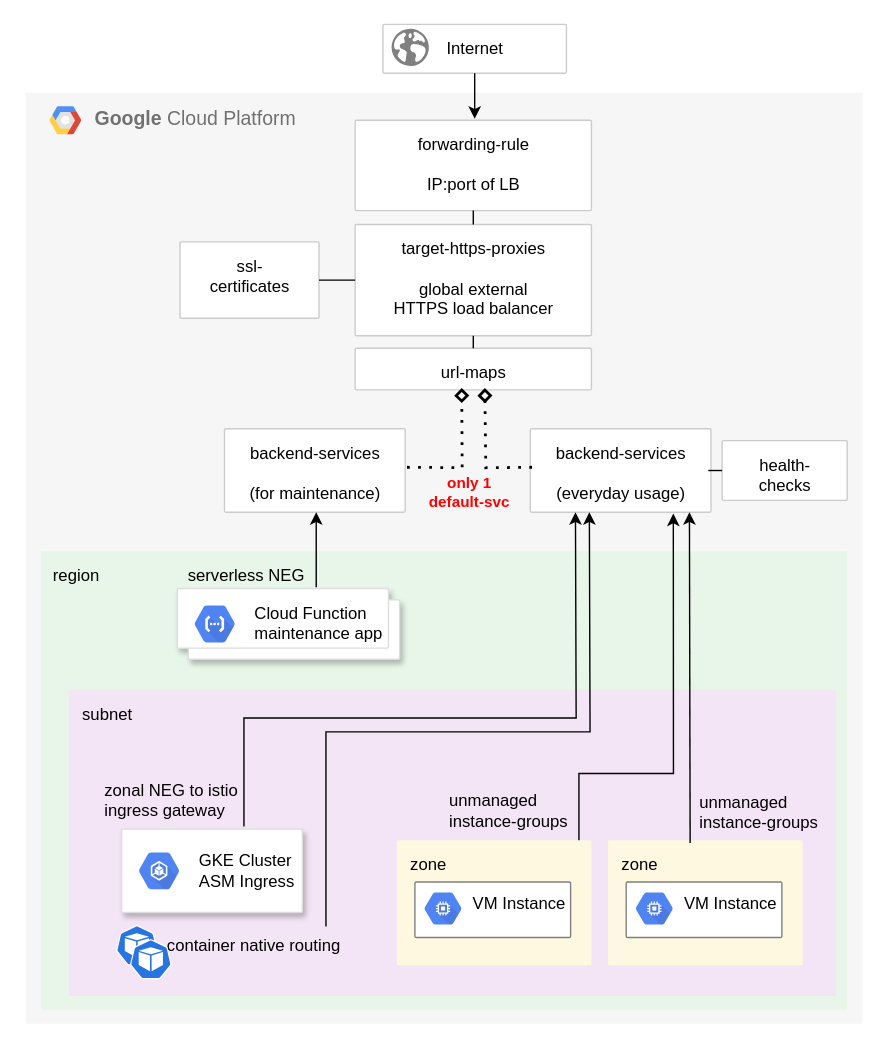
fabianlee/gcp-https-lb-vms-cloudfunc keeps this draw.io diagram as diagrams/gcp-ext-https-lb-swap-cloudfunction.drawio. Above is the earlier version. Source tidied: cells renumbered, new cells numbered last; positions are measured from the earlier drawing's top-left corner, leaving out a move shared by most shapes. Both pictures are drawn from the tidied source at 139%, with x=0, y=0 at pixel (25, 24).
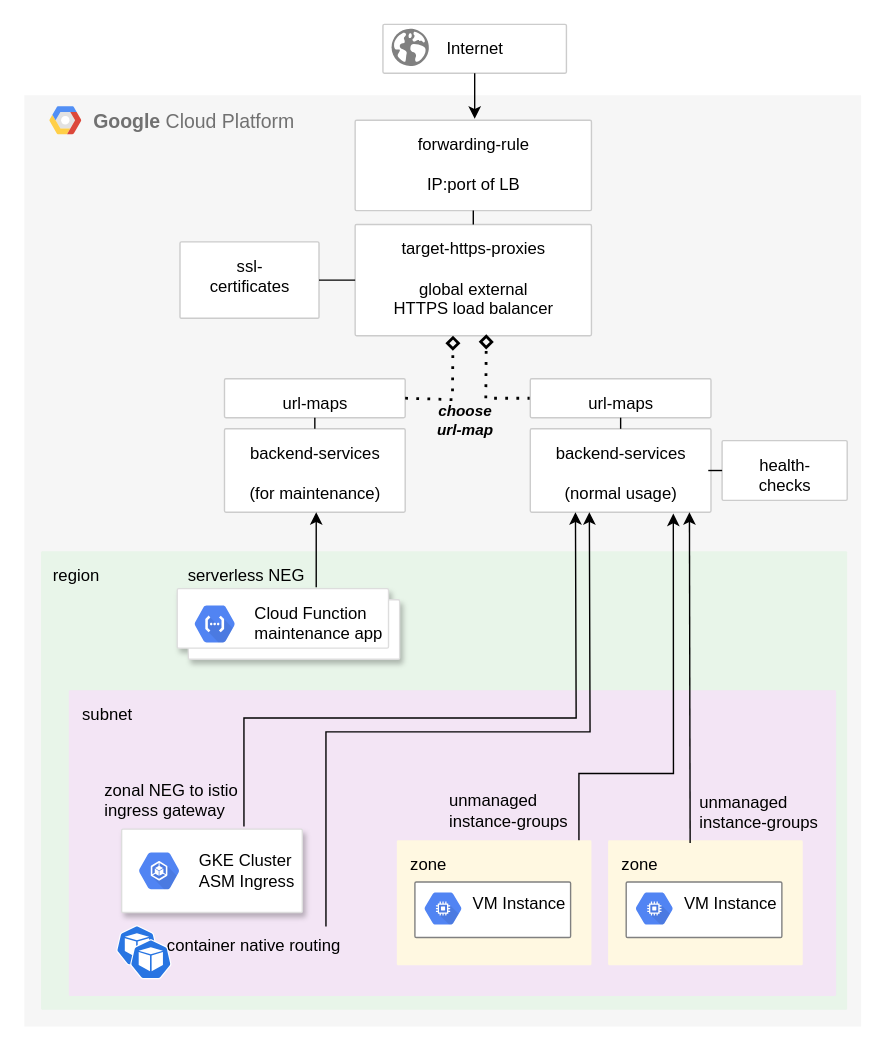
The same page after the edit.

Commit message:
now modifying target-https-proxies to make change

Unchanged cells that the change refers to:
```xml
<mxCell id="16" value="&lt;div&gt;target-https-proxies&lt;/div&gt;&lt;div&gt;&lt;br&gt;&lt;/div&gt;&lt;div&gt;global external&lt;/div&gt;&lt;div&gt;HTTPS load balancer&lt;br&gt;&lt;/div&gt;" style="sketch=0;points=[[0,0,0],[0.25,0,0],[0.5,0,0],[0.75,0,0],[1,0,0],[1,0.25,0],[1,0.5,0],[1,0.75,0],[1,1,0],[0.75,1,0],[0.5,1,0],[0.25,1,0],[0,1,0],[0,0.75,0],[0,0.5,0],[0,0.25,0]];rounded=1;absoluteArcSize=1;arcSize=2;html=1;strokeColor=#CCCCCC;gradientColor=none;shadow=0;dashed=0;fontSize=12;fontColor=#000000;align=center;verticalAlign=top;spacing=10;spacingTop=-4;fillColor=#FFFFFF;strokeWidth=1;" parent="1" vertex="1">
  <mxGeometry x="237" y="144" width="170" height="80" as="geometry" />
</mxCell>
<mxCell id="37" value="&lt;div&gt;backend-services&lt;/div&gt;&lt;div&gt;&lt;br&gt;&lt;/div&gt;&lt;div&gt;(for maintenance)&lt;br&gt;&lt;/div&gt;" style="sketch=0;points=[[0,0,0],[0.25,0,0],[0.5,0,0],[0.75,0,0],[1,0,0],[1,0.25,0],[1,0.5,0],[1,0.75,0],[1,1,0],[0.75,1,0],[0.5,1,0],[0.25,1,0],[0,1,0],[0,0.75,0],[0,0.5,0],[0,0.25,0]];rounded=1;absoluteArcSize=1;arcSize=2;html=1;strokeColor=#CCCCCC;gradientColor=none;shadow=0;dashed=0;fontSize=12;fontColor=#000000;align=center;verticalAlign=top;spacing=10;spacingTop=-4;fillColor=#FFFFFF;strokeWidth=1;" parent="1" vertex="1">
  <mxGeometry x="143" y="291" width="130" height="60" as="geometry" />
</mxCell>
```

The edit, as a diff of the source:
```diff
@@
     <mxCell id="2" value="&lt;b&gt;Google &lt;/b&gt;Cloud Platform" style="fillColor=#F6F6F6;strokeColor=none;shadow=0;gradientColor=none;fontSize=14;align=left;spacing=10;fontColor=#717171;9E9E9E;verticalAlign=top;spacingTop=-4;fontStyle=0;spacingLeft=40;html=1;" parent="1" vertex="1">
-      <mxGeometry y="49" width="602" height="670" as="geometry" />
+      <mxGeometry x="-1" y="51" width="602" height="670" as="geometry" />
     </mxCell>
@@
-    <mxCell id="12" value="&lt;div&gt;backend-services&lt;/div&gt;&lt;div&gt;&lt;br&gt;&lt;/div&gt;&lt;div&gt;(everyday usage)&lt;br&gt;&lt;/div&gt;" style="sketch=0;points=[[0,0,0],[0.25,0,0],[0.5,0,0],[0.75,0,0],[1,0,0],[1,0.25,0],[1,0.5,0],[1,0.75,0],[1,1,0],[0.75,1,0],[0.5,1,0],[0.25,1,0],[0,1,0],[0,0.75,0],[0,0.5,0],[0,0.25,0]];rounded=1;absoluteArcSize=1;arcSize=2;html=1;strokeColor=#CCCCCC;gradientColor=none;shadow=0;dashed=0;fontSize=12;fontColor=#000000;align=center;verticalAlign=top;spacing=10;spacingTop=-4;fillColor=#FFFFFF;strokeWidth=1;" parent="1" vertex="1">
+    <mxCell id="12" value="&lt;div&gt;backend-services&lt;/div&gt;&lt;div&gt;&lt;br&gt;&lt;/div&gt;&lt;div&gt;(normal usage)&lt;br&gt;&lt;/div&gt;" style="sketch=0;points=[[0,0,0],[0.25,0,0],[0.5,0,0],[0.75,0,0],[1,0,0],[1,0.25,0],[1,0.5,0],[1,0.75,0],[1,1,0],[0.75,1,0],[0.5,1,0],[0.25,1,0],[0,1,0],[0,0.75,0],[0,0.5,0],[0,0.25,0]];rounded=1;absoluteArcSize=1;arcSize=2;html=1;strokeColor=#CCCCCC;gradientColor=none;shadow=0;dashed=0;fontSize=12;fontColor=#000000;align=center;verticalAlign=top;spacing=10;spacingTop=-4;fillColor=#FFFFFF;strokeWidth=1;" parent="1" vertex="1">
       <mxGeometry x="363" y="291" width="130" height="60" as="geometry" />
     </mxCell>
@@
-    <mxCell id="45" value="&lt;div style=&quot;font-size: 11px&quot;&gt;&lt;font style=&quot;font-size: 11px&quot;&gt;&lt;span&gt;only 1&lt;br&gt;&lt;/span&gt;&lt;/font&gt;&lt;/div&gt;&lt;div style=&quot;font-size: 11px&quot;&gt;&lt;font style=&quot;font-size: 11px&quot;&gt;&lt;span&gt;default-svc&lt;/span&gt;&lt;/font&gt;&lt;br&gt;&lt;/div&gt;" style="text;html=1;align=center;verticalAlign=middle;fillColor=none;strokeColor=none;rounded=0;fontStyle=1;fontColor=#FF0000;" parent="1" vertex="1">
-      <mxGeometry x="284" y="322" width="70" height="30" as="geometry" />
+    <mxCell id="45" value="&lt;div style=&quot;font-size: 11px;&quot;&gt;&lt;font style=&quot;font-size: 11px;&quot;&gt;&lt;span style=&quot;font-size: 11px;&quot;&gt;choose&lt;br style=&quot;font-size: 11px;&quot;&gt;&lt;/span&gt;&lt;/font&gt;&lt;/div&gt;&lt;div style=&quot;font-size: 11px;&quot;&gt;&lt;font style=&quot;font-size: 11px;&quot;&gt;&lt;span style=&quot;font-size: 11px;&quot;&gt;url-map&lt;/span&gt;&lt;/font&gt;&lt;br style=&quot;font-size: 11px;&quot;&gt;&lt;/div&gt;" style="text;html=1;align=center;verticalAlign=middle;fillColor=none;strokeColor=none;rounded=0;fontStyle=3;fontColor=#000000;fontSize=11;" parent="1" vertex="1">
+      <mxGeometry x="286" y="269.5" width="60" height="30" as="geometry" />
     </mxCell>
-    <mxCell id="46" value="url-maps" style="sketch=0;points=[[0,0,0],[0.25,0,0],[0.5,0,0],[0.75,0,0],[1,0,0],[1,0.25,0],[1,0.5,0],[1,0.75,0],[1,1,0],[0.75,1,0],[0.5,1,0],[0.25,1,0],[0,1,0],[0,0.75,0],[0,0.5,0],[0,0.25,0]];rounded=1;absoluteArcSize=1;arcSize=2;html=1;strokeColor=#CCCCCC;gradientColor=none;shadow=0;dashed=0;fontSize=12;fontColor=#000000;align=center;verticalAlign=top;spacing=10;spacingTop=-4;fillColor=#FFFFFF;strokeWidth=1;" parent="1" vertex="1">
-      <mxGeometry x="237" y="233" width="170" height="30" as="geometry" />
-    </mxCell>
-    <mxCell id="47" style="endArrow=none;html=1;rounded=0;fontSize=11;fontColor=#FF0000;strokeColor=#000000;strokeWidth=1;entryX=0.5;entryY=1;entryDx=0;entryDy=0;entryPerimeter=0;exitX=0.5;exitY=0;exitDx=0;exitDy=0;exitPerimeter=0;" parent="1" edge="1" source="46" target="16">
-      <mxGeometry relative="1" as="geometry" />
-    </mxCell>
-    <mxCell id="48" style="endArrow=diamond;dashed=1;html=1;dashPattern=1 3;strokeWidth=2;rounded=0;fontSize=11;fontColor=#FF0000;entryX=0.549;entryY=1.022;entryDx=0;entryDy=0;entryPerimeter=0;endFill=0;exitX=0.01;exitY=0.461;exitDx=0;exitDy=0;exitPerimeter=0;" parent="1" edge="1" source="12">
+    <mxCell id="48" style="endArrow=diamond;dashed=1;html=1;dashPattern=1 3;strokeWidth=2;rounded=0;fontSize=11;fontColor=#FF0000;endFill=0;exitX=0;exitY=0.5;exitDx=0;exitDy=0;exitPerimeter=0;entryX=0.555;entryY=0.988;entryDx=0;entryDy=0;entryPerimeter=0;" parent="1" edge="1" source="53" target="16">
       <mxGeometry relative="1" as="geometry">
-        <mxPoint x="330.3" y="261.7" as="targetPoint" />
         <Array as="points">
-          <mxPoint x="331" y="319" />
+          <mxPoint x="331" y="269" />
         </Array>
       </mxGeometry>
     </mxCell>
-    <mxCell id="49" style="endArrow=diamond;dashed=1;html=1;dashPattern=1 3;strokeWidth=2;rounded=0;fontSize=11;fontColor=#FF0000;entryX=0.451;entryY=0.956;entryDx=0;entryDy=0;entryPerimeter=0;endFill=0;exitX=1.01;exitY=0.461;exitDx=0;exitDy=0;exitPerimeter=0;" parent="1" edge="1" source="37" target="46">
-      <mxGeometry relative="1" as="geometry">
-        <Array as="points">
-          <mxPoint x="314" y="319" />
-        </Array>
-      </mxGeometry>
-    </mxCell>
@@
+    <mxCell id="51" value="url-maps" style="sketch=0;points=[[0,0,0],[0.25,0,0],[0.5,0,0],[0.75,0,0],[1,0,0],[1,0.25,0],[1,0.5,0],[1,0.75,0],[1,1,0],[0.75,1,0],[0.5,1,0],[0.25,1,0],[0,1,0],[0,0.75,0],[0,0.5,0],[0,0.25,0]];rounded=1;absoluteArcSize=1;arcSize=2;html=1;strokeColor=#CCCCCC;gradientColor=none;shadow=0;dashed=0;fontSize=12;fontColor=#000000;align=center;verticalAlign=top;spacing=10;spacingTop=-4;fillColor=#FFFFFF;strokeWidth=1;" parent="1" vertex="1">
+      <mxGeometry x="143" y="255" width="130" height="28" as="geometry" />
+    </mxCell>
+    <mxCell id="52" style="endArrow=none;html=1;rounded=0;entryX=0.5;entryY=1;entryDx=0;entryDy=0;entryPerimeter=0;exitX=0.5;exitY=0;exitDx=0;exitDy=0;exitPerimeter=0;" parent="1" edge="1" source="37" target="51">
+      <mxGeometry relative="1" as="geometry" />
+    </mxCell>
+    <mxCell id="53" value="url-maps" style="sketch=0;points=[[0,0,0],[0.25,0,0],[0.5,0,0],[0.75,0,0],[1,0,0],[1,0.25,0],[1,0.5,0],[1,0.75,0],[1,1,0],[0.75,1,0],[0.5,1,0],[0.25,1,0],[0,1,0],[0,0.75,0],[0,0.5,0],[0,0.25,0]];rounded=1;absoluteArcSize=1;arcSize=2;html=1;strokeColor=#CCCCCC;gradientColor=none;shadow=0;dashed=0;fontSize=12;fontColor=#000000;align=center;verticalAlign=top;spacing=10;spacingTop=-4;fillColor=#FFFFFF;strokeWidth=1;" parent="1" vertex="1">
+      <mxGeometry x="363" y="255" width="130" height="28" as="geometry" />
+    </mxCell>
+    <mxCell id="54" style="endArrow=none;html=1;rounded=0;entryX=0.5;entryY=1;entryDx=0;entryDy=0;entryPerimeter=0;exitX=0.5;exitY=0;exitDx=0;exitDy=0;exitPerimeter=0;" parent="1" edge="1" target="53">
+      <mxGeometry relative="1" as="geometry">
+        <mxPoint x="428" y="291" as="sourcePoint" />
+      </mxGeometry>
+    </mxCell>
+    <mxCell id="55" style="endArrow=diamond;dashed=1;html=1;dashPattern=1 3;strokeWidth=2;rounded=0;fontSize=11;fontColor=#FF0000;endFill=0;exitX=1;exitY=0.5;exitDx=0;exitDy=0;exitPerimeter=0;entryX=0.555;entryY=0.988;entryDx=0;entryDy=0;entryPerimeter=0;" parent="1" edge="1" source="51">
+      <mxGeometry relative="1" as="geometry">
+        <mxPoint x="307.4" y="224" as="targetPoint" />
+        <Array as="points">
+          <mxPoint x="307" y="270" />
+        </Array>
+      </mxGeometry>
+    </mxCell>
```
